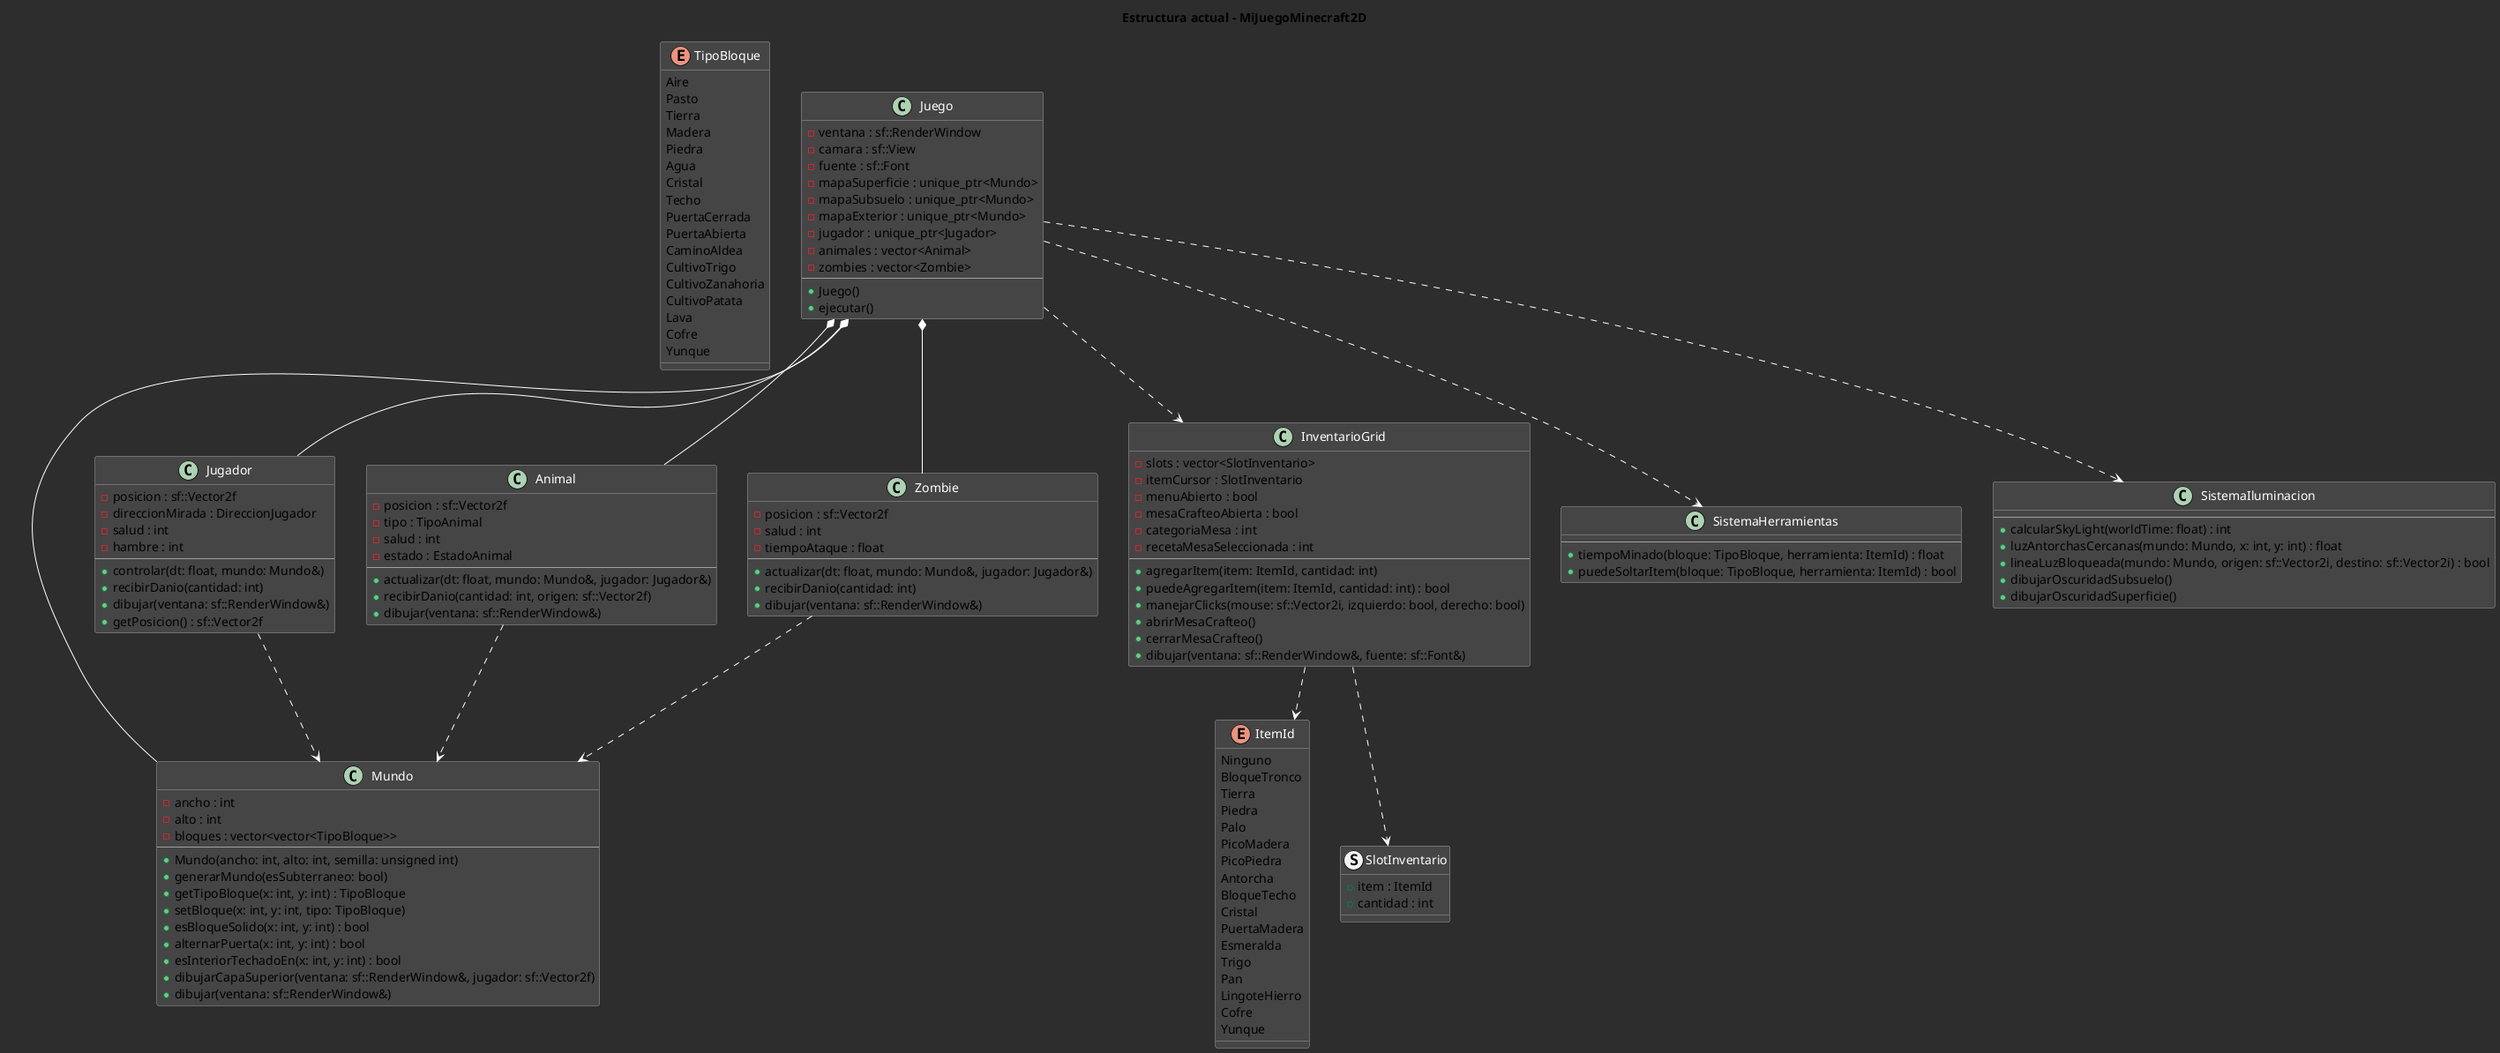
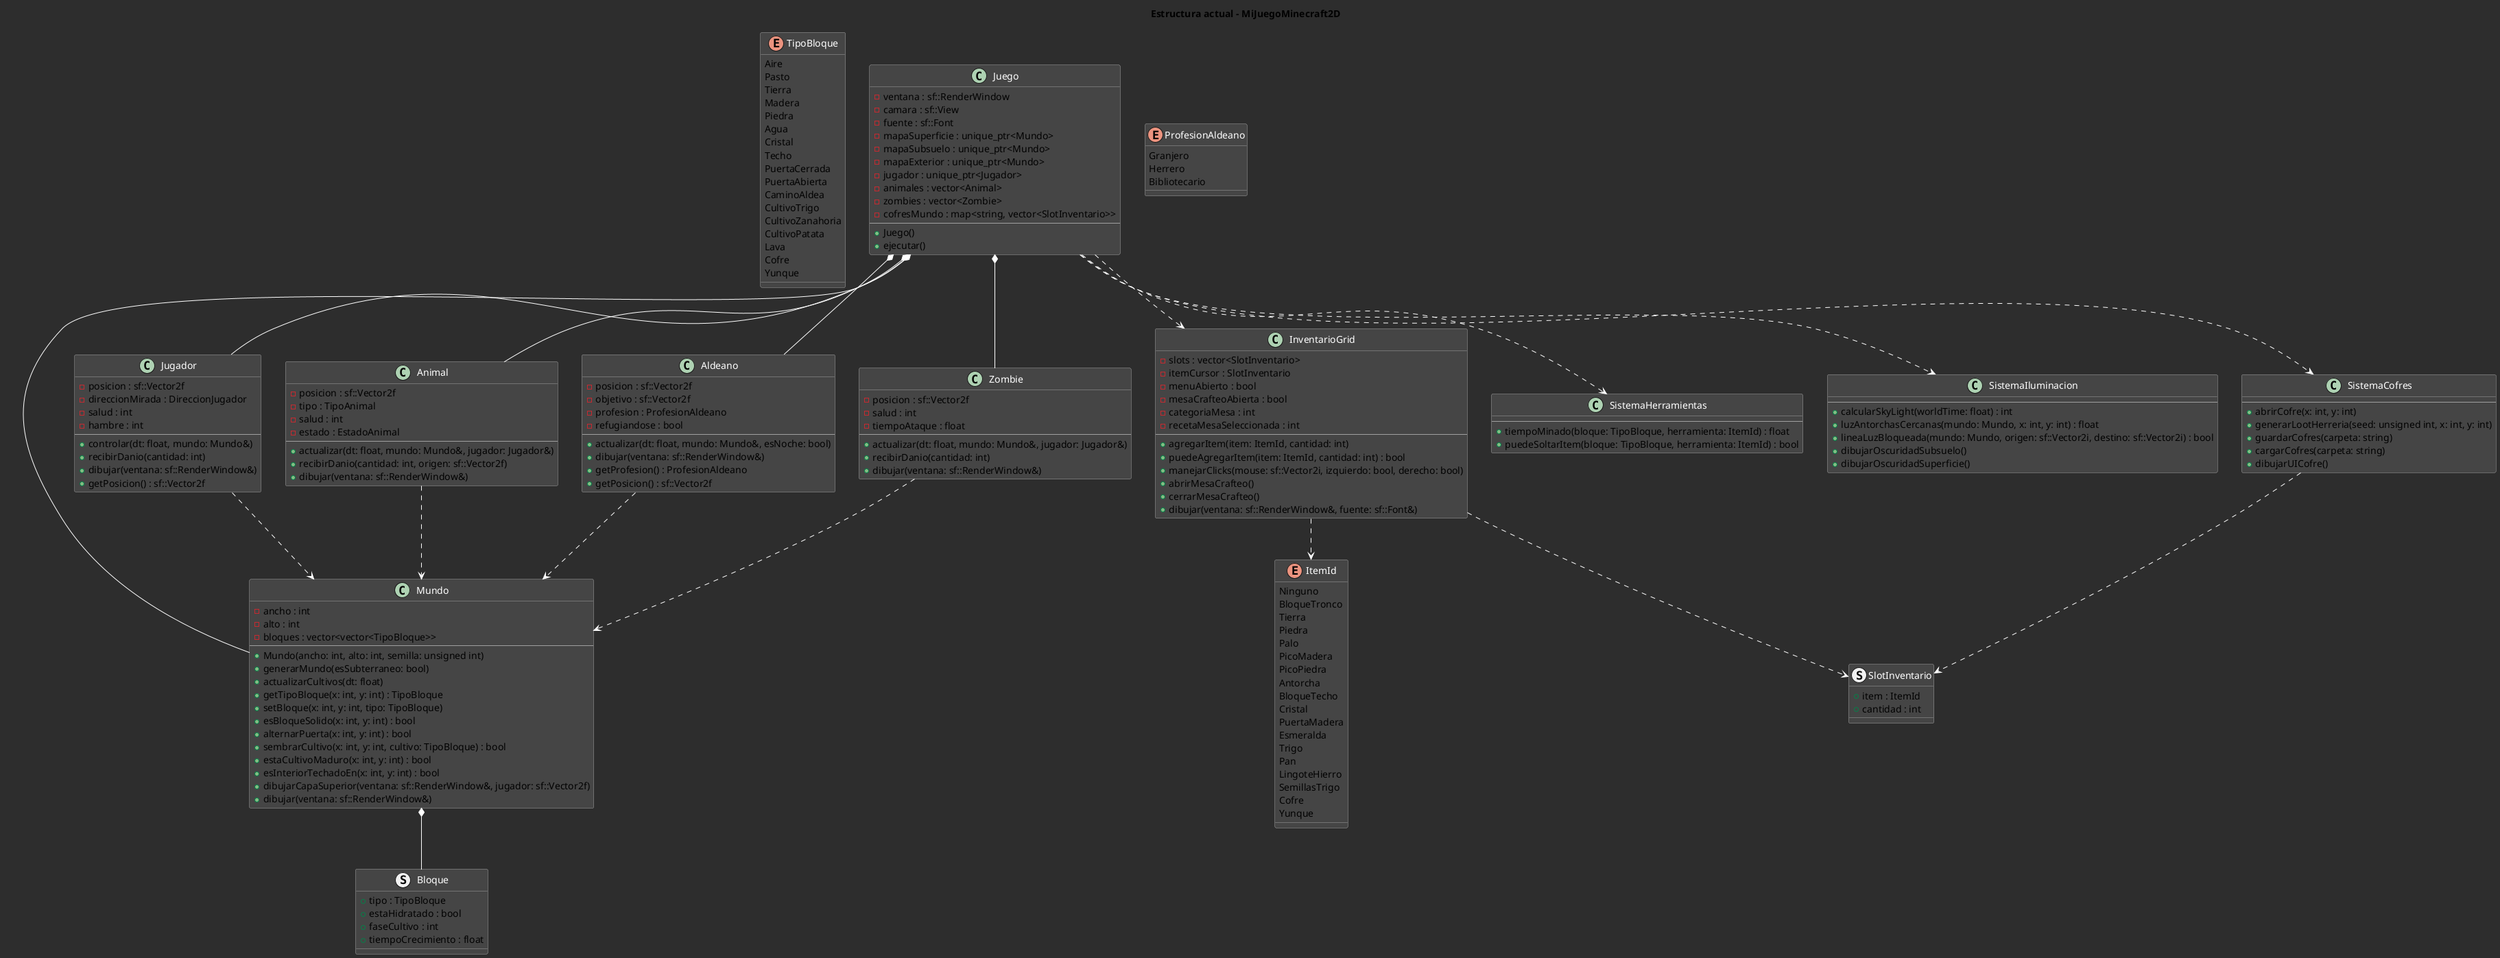
@startuml MiJuegoMinecraft2D

skinparam backgroundColor #2D2D2D
skinparam class {
    BackgroundColor #454545
    ArrowColor White
    BorderColor #A0A0A0
    FontColor White
    FontName "Courier New"
}

title Estructura actual - MiJuegoMinecraft2D

enum TipoBloque {
    Aire
    Pasto
    Tierra
    Madera
    Piedra
    Agua
    Cristal
    Techo
    PuertaCerrada
    PuertaAbierta
    CaminoAldea
    CultivoTrigo
    CultivoZanahoria
    CultivoPatata
    Lava
    Cofre
    Yunque
}

enum ItemId {
    Ninguno
    BloqueTronco
    Tierra
    Piedra
    Palo
    PicoMadera
    PicoPiedra
    Antorcha
    BloqueTecho
    Cristal
    PuertaMadera
    Esmeralda
    Trigo
    Pan
    LingoteHierro
+     SemillasTrigo
    Cofre
    Yunque
+ }
+ 
+ enum ProfesionAldeano {
+     Granjero
+     Herrero
+     Bibliotecario
}

struct SlotInventario {
    + item : ItemId
    + cantidad : int
+ }
+ 
+ struct Bloque {
+     + tipo : TipoBloque
+     + estaHidratado : bool
+     + faseCultivo : int
+     + tiempoCrecimiento : float
}

class Juego {
    - ventana : sf::RenderWindow
    - camara : sf::View
    - fuente : sf::Font
    - mapaSuperficie : unique_ptr<Mundo>
    - mapaSubsuelo : unique_ptr<Mundo>
    - mapaExterior : unique_ptr<Mundo>
    - jugador : unique_ptr<Jugador>
    - animales : vector<Animal>
    - zombies : vector<Zombie>
+     - cofresMundo : map<string, vector<SlotInventario>>
    --
    + Juego()
    + ejecutar()
}

class Mundo {
    - ancho : int
    - alto : int
    - bloques : vector<vector<TipoBloque>>
    --
    + Mundo(ancho: int, alto: int, semilla: unsigned int)
    + generarMundo(esSubterraneo: bool)
+     + actualizarCultivos(dt: float)
    + getTipoBloque(x: int, y: int) : TipoBloque
    + setBloque(x: int, y: int, tipo: TipoBloque)
    + esBloqueSolido(x: int, y: int) : bool
    + alternarPuerta(x: int, y: int) : bool
+     + sembrarCultivo(x: int, y: int, cultivo: TipoBloque) : bool
+     + estaCultivoMaduro(x: int, y: int) : bool
    + esInteriorTechadoEn(x: int, y: int) : bool
    + dibujarCapaSuperior(ventana: sf::RenderWindow&, jugador: sf::Vector2f)
    + dibujar(ventana: sf::RenderWindow&)
}

class Jugador {
    - posicion : sf::Vector2f
    - direccionMirada : DireccionJugador
    - salud : int
    - hambre : int
    --
    + controlar(dt: float, mundo: Mundo&)
    + recibirDanio(cantidad: int)
    + dibujar(ventana: sf::RenderWindow&)
    + getPosicion() : sf::Vector2f
}

class Animal {
    - posicion : sf::Vector2f
    - tipo : TipoAnimal
    - salud : int
    - estado : EstadoAnimal
    --
    + actualizar(dt: float, mundo: Mundo&, jugador: Jugador&)
    + recibirDanio(cantidad: int, origen: sf::Vector2f)
    + dibujar(ventana: sf::RenderWindow&)
+ }
+ 
+ class Aldeano {
+     - posicion : sf::Vector2f
+     - objetivo : sf::Vector2f
+     - profesion : ProfesionAldeano
+     - refugiandose : bool
+     --
+     + actualizar(dt: float, mundo: Mundo&, esNoche: bool)
+     + dibujar(ventana: sf::RenderWindow&)
+     + getProfesion() : ProfesionAldeano
+     + getPosicion() : sf::Vector2f
}

class Zombie {
    - posicion : sf::Vector2f
    - salud : int
    - tiempoAtaque : float
    --
    + actualizar(dt: float, mundo: Mundo&, jugador: Jugador&)
    + recibirDanio(cantidad: int)
    + dibujar(ventana: sf::RenderWindow&)
}

class InventarioGrid {
    - slots : vector<SlotInventario>
    - itemCursor : SlotInventario
    - menuAbierto : bool
    - mesaCrafteoAbierta : bool
    - categoriaMesa : int
    - recetaMesaSeleccionada : int
    --
    + agregarItem(item: ItemId, cantidad: int)
    + puedeAgregarItem(item: ItemId, cantidad: int) : bool
    + manejarClicks(mouse: sf::Vector2i, izquierdo: bool, derecho: bool)
    + abrirMesaCrafteo()
    + cerrarMesaCrafteo()
    + dibujar(ventana: sf::RenderWindow&, fuente: sf::Font&)
}

class SistemaHerramientas {
    --
    + tiempoMinado(bloque: TipoBloque, herramienta: ItemId) : float
    + puedeSoltarItem(bloque: TipoBloque, herramienta: ItemId) : bool
}

class SistemaIluminacion {
    --
    + calcularSkyLight(worldTime: float) : int
    + luzAntorchasCercanas(mundo: Mundo, x: int, y: int) : float
    + lineaLuzBloqueada(mundo: Mundo, origen: sf::Vector2i, destino: sf::Vector2i) : bool
    + dibujarOscuridadSubsuelo()
    + dibujarOscuridadSuperficie()
}

+ class SistemaCofres {
+     --
+     + abrirCofre(x: int, y: int)
+     + generarLootHerreria(seed: unsigned int, x: int, y: int)
+     + guardarCofres(carpeta: string)
+     + cargarCofres(carpeta: string)
+     + dibujarUICofre()
+ }
+ 
Juego *-- Mundo
+ Mundo *-- Bloque
Juego *-- Jugador
Juego *-- Animal
+ Juego *-- Aldeano
Juego *-- Zombie
Juego ..> InventarioGrid
Juego ..> SistemaHerramientas
Juego ..> SistemaIluminacion
+ Juego ..> SistemaCofres
Jugador ..> Mundo
Animal ..> Mundo
+ Aldeano ..> Mundo
Zombie ..> Mundo
InventarioGrid ..> SlotInventario
InventarioGrid ..> ItemId
+ SistemaCofres ..> SlotInventario

@enduml
